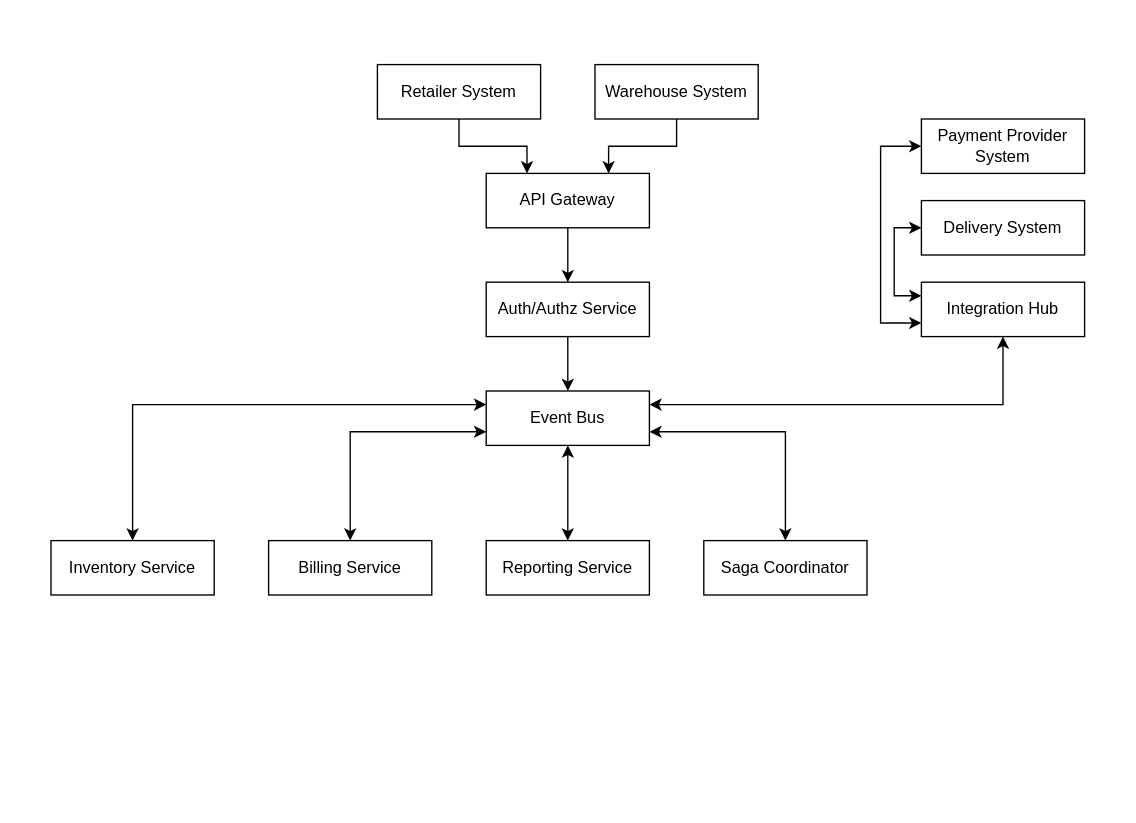
Above: logical_diagram.drawio in ervette/systemathic-design (draw.io), before the change. Source tidied: cells renumbered, new cells numbered last; positions are measured from the earlier drawing's top-left corner, leaving out a move shared by most shapes. Both pictures are drawn from the tidied source at 136%, with x=0, y=0 at pixel (50, 64).
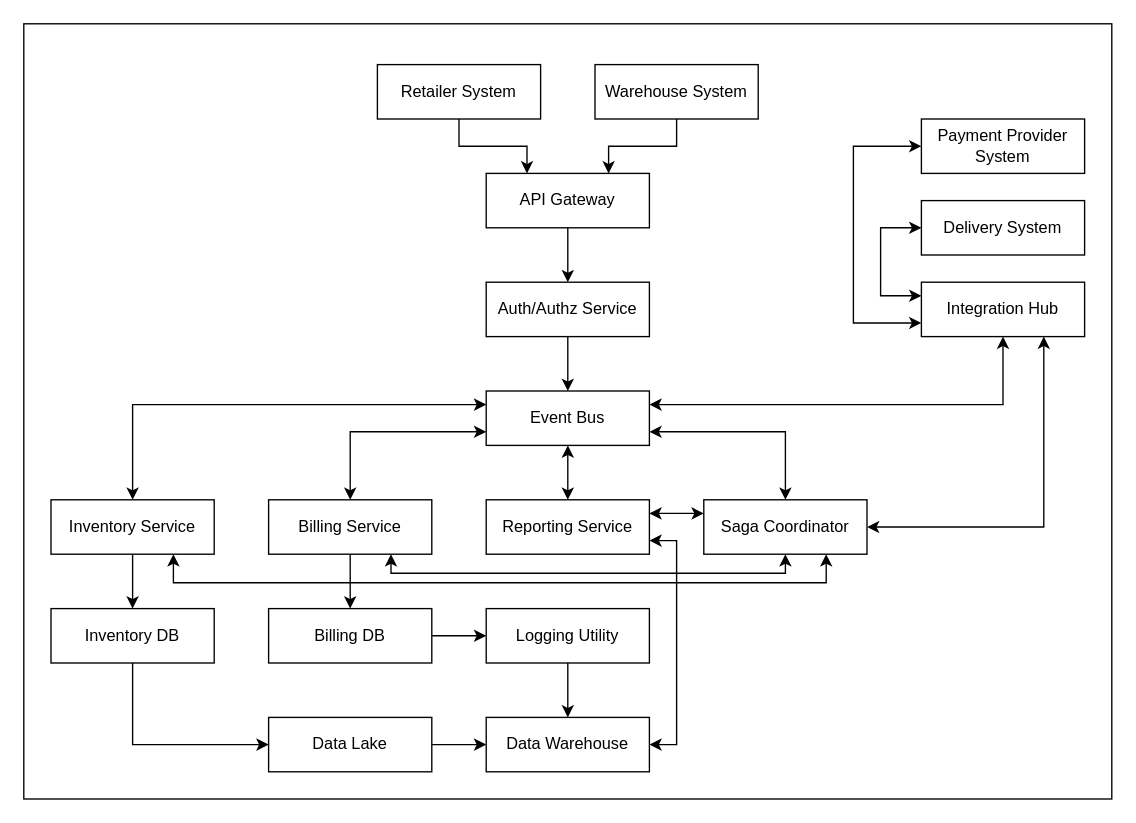
Above is the later version.

Unchanged cells that the change refers to:
```xml
<mxCell id="5" value="Delivery System" style="rounded=0;whiteSpace=wrap;html=1;" parent="1" vertex="1">
  <mxGeometry x="640" y="100" width="120" height="40" as="geometry" />
</mxCell>
<mxCell id="9" value="Payment Provider System" style="rounded=0;whiteSpace=wrap;html=1;" parent="1" vertex="1">
  <mxGeometry x="640" y="40" width="120" height="40" as="geometry" />
</mxCell>
<mxCell id="24" value="Integration Hub" style="rounded=0;whiteSpace=wrap;html=1;" parent="1" vertex="1">
  <mxGeometry x="640" y="160" width="120" height="40" as="geometry" />
</mxCell>
```

The edit, as a diff of the source:
```diff
@@
+    <mxCell id="25" style="rounded=0;whiteSpace=wrap;html=1;" parent="1" vertex="1">
+      <mxGeometry x="-20" y="-30" width="800" height="570" as="geometry" />
+    </mxCell>
@@
     <mxCell id="4" style="edgeStyle=orthogonalEdgeStyle;rounded=0;jettySize=auto;html=1;entryX=0;entryY=0.25;entryDx=0;entryDy=0;startArrow=classic;startFill=1;" parent="1" edge="1" source="5" target="24">
       <mxGeometry relative="1" as="geometry">
         <Array as="points">
-          <mxPoint x="620" y="120" />
-          <mxPoint x="620" y="170" />
+          <mxPoint x="610" y="120" />
+          <mxPoint x="610" y="170" />
         </Array>
       </mxGeometry>
     </mxCell>
@@
     <mxCell id="8" style="edgeStyle=orthogonalEdgeStyle;rounded=0;jettySize=auto;html=1;entryX=0;entryY=0.75;entryDx=0;entryDy=0;startArrow=classic;startFill=1;exitX=0;exitY=0.5;exitDx=0;exitDy=0;" parent="1" edge="1" source="9" target="24">
       <mxGeometry relative="1" as="geometry">
         <Array as="points">
-          <mxPoint x="610" y="60" />
-          <mxPoint x="610" y="190" />
+          <mxPoint x="590" y="60" />
+          <mxPoint x="590" y="190" />
         </Array>
       </mxGeometry>
     </mxCell>
@@
+    <mxCell id="26" style="edgeStyle=orthogonalEdgeStyle;rounded=0;jettySize=auto;html=1;entryX=0.5;entryY=0;entryDx=0;entryDy=0;" parent="1" edge="1" source="16" target="37">
+      <mxGeometry relative="1" as="geometry" />
+    </mxCell>
     <mxCell id="16" value="Inventory Service" style="rounded=0;whiteSpace=wrap;html=1;" parent="1" vertex="1">
-      <mxGeometry y="350" width="120" height="40" as="geometry" />
+      <mxGeometry y="320" width="120" height="40" as="geometry" />
     </mxCell>
@@
+    <mxCell id="27" style="edgeStyle=orthogonalEdgeStyle;rounded=0;jettySize=auto;html=1;entryX=0.5;entryY=0;entryDx=0;entryDy=0;" parent="1" edge="1" source="18" target="39">
+      <mxGeometry relative="1" as="geometry" />
+    </mxCell>
     <mxCell id="18" value="Billing Service" style="rounded=0;whiteSpace=wrap;html=1;" parent="1" vertex="1">
-      <mxGeometry x="160" y="350" width="120" height="40" as="geometry" />
+      <mxGeometry x="160" y="320" width="120" height="40" as="geometry" />
     </mxCell>
@@
+    <mxCell id="28" style="edgeStyle=orthogonalEdgeStyle;rounded=0;jettySize=auto;html=1;entryX=1;entryY=0.5;entryDx=0;entryDy=0;startArrow=classic;startFill=1;exitX=1;exitY=0.75;exitDx=0;exitDy=0;" parent="1" edge="1" source="20" target="35">
+      <mxGeometry relative="1" as="geometry">
+        <Array as="points">
+          <mxPoint x="460" y="350" />
+          <mxPoint x="460" y="500" />
+        </Array>
+      </mxGeometry>
+    </mxCell>
     <mxCell id="20" value="Reporting Service" style="rounded=0;whiteSpace=wrap;html=1;" parent="1" vertex="1">
-      <mxGeometry x="320" y="350" width="120" height="40" as="geometry" />
+      <mxGeometry x="320" y="320" width="120" height="40" as="geometry" />
     </mxCell>
@@
+    <mxCell id="29" style="edgeStyle=orthogonalEdgeStyle;rounded=0;jettySize=auto;html=1;entryX=0.75;entryY=1;entryDx=0;entryDy=0;startArrow=classic;startFill=1;" parent="1" edge="1" source="22" target="24">
+      <mxGeometry relative="1" as="geometry" />
+    </mxCell>
+    <mxCell id="30" style="edgeStyle=orthogonalEdgeStyle;rounded=0;jettySize=auto;html=1;entryX=1;entryY=0.25;entryDx=0;entryDy=0;startArrow=classic;startFill=1;" parent="1" edge="1" source="22" target="20">
+      <mxGeometry relative="1" as="geometry">
+        <Array as="points">
+          <mxPoint x="470" y="330" />
+          <mxPoint x="470" y="330" />
+        </Array>
+      </mxGeometry>
+    </mxCell>
+    <mxCell id="31" style="edgeStyle=orthogonalEdgeStyle;rounded=0;jettySize=auto;html=1;entryX=0.75;entryY=1;entryDx=0;entryDy=0;exitX=0.75;exitY=1;exitDx=0;exitDy=0;startArrow=classic;startFill=1;" parent="1" edge="1" source="22" target="16">
+      <mxGeometry relative="1" as="geometry">
+        <Array as="points">
+          <mxPoint x="570" y="381" />
+          <mxPoint x="90" y="381" />
+        </Array>
+      </mxGeometry>
+    </mxCell>
+    <mxCell id="32" style="edgeStyle=orthogonalEdgeStyle;rounded=0;jettySize=auto;html=1;entryX=0.75;entryY=1;entryDx=0;entryDy=0;startArrow=classic;startFill=1;" parent="1" edge="1" source="22" target="18">
+      <mxGeometry relative="1" as="geometry">
+        <Array as="points">
+          <mxPoint x="540" y="374" />
+          <mxPoint x="250" y="374" />
+        </Array>
+      </mxGeometry>
+    </mxCell>
     <mxCell id="22" value="Saga Coordinator" style="rounded=0;whiteSpace=wrap;html=1;" parent="1" vertex="1">
-      <mxGeometry x="480" y="350" width="120" height="40" as="geometry" />
+      <mxGeometry x="480" y="320" width="120" height="40" as="geometry" />
     </mxCell>
@@
+    <mxCell id="33" style="edgeStyle=orthogonalEdgeStyle;rounded=0;jettySize=auto;html=1;entryX=0;entryY=0.5;entryDx=0;entryDy=0;" parent="1" edge="1" source="34" target="35">
+      <mxGeometry relative="1" as="geometry" />
+    </mxCell>
+    <mxCell id="34" value="Data Lake" style="rounded=0;whiteSpace=wrap;html=1;" parent="1" vertex="1">
+      <mxGeometry x="160" y="480" width="120" height="40" as="geometry" />
+    </mxCell>
+    <mxCell id="35" value="Data Warehouse" style="rounded=0;whiteSpace=wrap;html=1;" parent="1" vertex="1">
+      <mxGeometry x="320" y="480" width="120" height="40" as="geometry" />
+    </mxCell>
+    <mxCell id="36" style="edgeStyle=orthogonalEdgeStyle;rounded=0;jettySize=auto;html=1;entryX=0;entryY=0.5;entryDx=0;entryDy=0;" parent="1" edge="1" source="37" target="34">
+      <mxGeometry relative="1" as="geometry">
+        <Array as="points">
+          <mxPoint x="60" y="500" />
+        </Array>
+      </mxGeometry>
+    </mxCell>
+    <mxCell id="37" value="Inventory DB" style="rounded=0;whiteSpace=wrap;html=1;" parent="1" vertex="1">
+      <mxGeometry y="400" width="120" height="40" as="geometry" />
+    </mxCell>
+    <mxCell id="38" style="edgeStyle=orthogonalEdgeStyle;rounded=0;jettySize=auto;html=1;entryX=0;entryY=0.5;entryDx=0;entryDy=0;" parent="1" edge="1" source="39" target="41">
+      <mxGeometry relative="1" as="geometry" />
+    </mxCell>
+    <mxCell id="39" value="Billing DB" style="rounded=0;whiteSpace=wrap;html=1;" parent="1" vertex="1">
+      <mxGeometry x="160" y="400" width="120" height="40" as="geometry" />
+    </mxCell>
+    <mxCell id="40" style="edgeStyle=orthogonalEdgeStyle;rounded=0;jettySize=auto;html=1;entryX=0.5;entryY=0;entryDx=0;entryDy=0;" parent="1" edge="1" source="41" target="35">
+      <mxGeometry relative="1" as="geometry" />
+    </mxCell>
+    <mxCell id="41" value="Logging Utility" style="rounded=0;whiteSpace=wrap;html=1;" parent="1" vertex="1">
+      <mxGeometry x="320" y="400" width="120" height="40" as="geometry" />
+    </mxCell>
```
